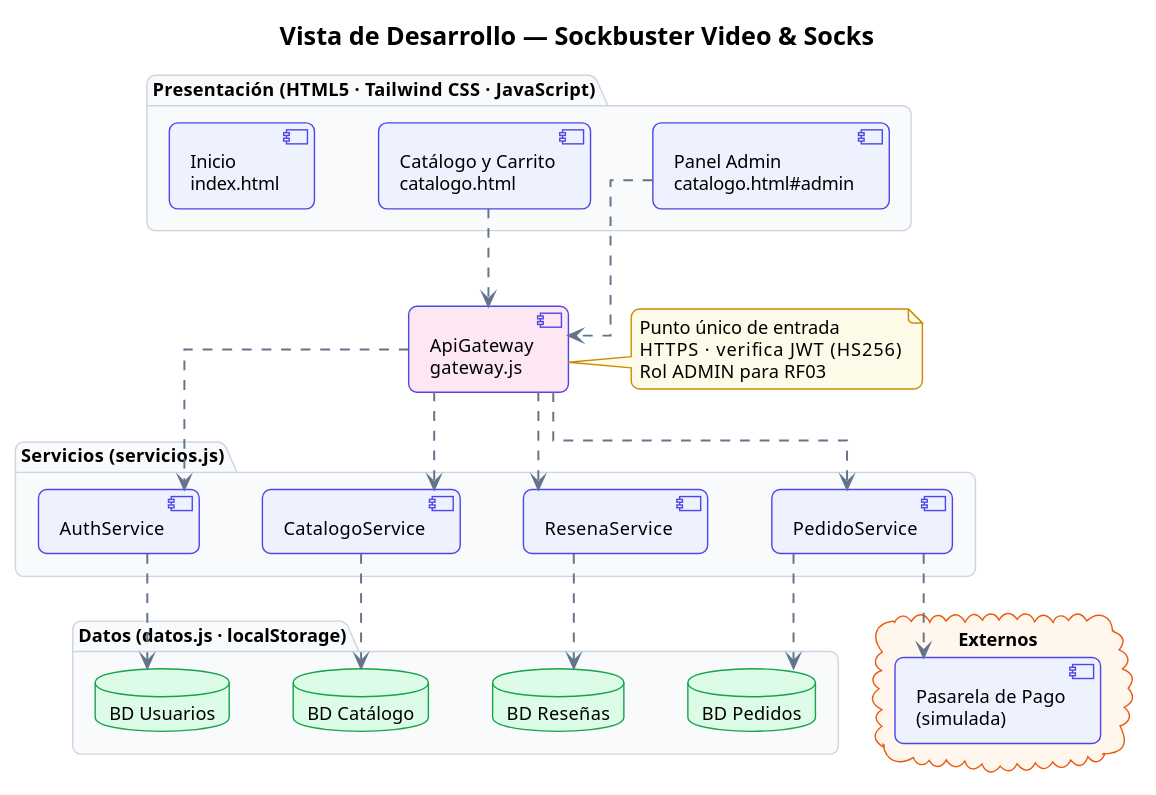
Earlier version of the PlantUML export diagramas/componentes.svg (anthia333/sockbuster). Source of this version:
```plantuml
@startuml
!theme plain
skinparam defaultFontName "Segoe UI"
skinparam defaultFontSize 13
skinparam shadowing false
skinparam roundCorner 12
skinparam linetype ortho
skinparam nodesep 45
skinparam ranksep 70
skinparam ArrowColor #64748B
skinparam ArrowThickness 1.4
skinparam titleFontSize 18
skinparam packageBackgroundColor #F8FAFC
skinparam packageBorderColor #CBD5E1
skinparam componentBackgroundColor #EEF2FF
skinparam componentBorderColor #4F46E5
skinparam databaseBackgroundColor #DCFCE7
skinparam databaseBorderColor #16A34A
skinparam cloudBackgroundColor #FFF7ED
skinparam cloudBorderColor #EA580C
skinparam noteBackgroundColor #FEFCE8
skinparam noteBorderColor #CA8A04

title Vista de Desarrollo — Sockbuster Video & Socks

package "Presentación (HTML5 · Tailwind CSS · JavaScript)" {
  [Inicio\nindex.html] as Inicio
  [Catálogo y Carrito\ncatalogo.html] as Catalogo
  [Panel Admin\ncatalogo.html#admin] as Panel
}

[ApiGateway\ngateway.js] as GW #FCE7F3
note right of GW
  Punto único de entrada
  HTTPS · verifica JWT (HS256)
  Rol ADMIN para RF03
end note

package "Servicios (servicios.js)" {
  [AuthService] as Auth
  [CatalogoService] as Cat
  [ResenaService] as Res
  [PedidoService] as Ped
}

package "Datos (datos.js · localStorage)" {
  database "BD Usuarios" as DBU
  database "BD Catálogo" as DBC
  database "BD Reseñas" as DBR
  database "BD Pedidos" as DBP
}
cloud "Externos" {
  [Pasarela de Pago\n(simulada)] as PG
}

Inicio -[hidden]right- Catalogo
Catalogo -[hidden]right- Panel
Catalogo ..> GW
Panel ..> GW

Auth -[hidden]right- Cat
Cat -[hidden]right- Res
Res -[hidden]right- Ped
DBU -[hidden]right- DBC
DBC -[hidden]right- DBR
DBR -[hidden]right- DBP

GW ..> Auth
GW ..> Cat
GW ..> Res
GW ..> Ped

Auth ..> DBU
Cat ..> DBC
Res ..> DBR
Ped ..> DBP
Ped ..> PG
@enduml
```
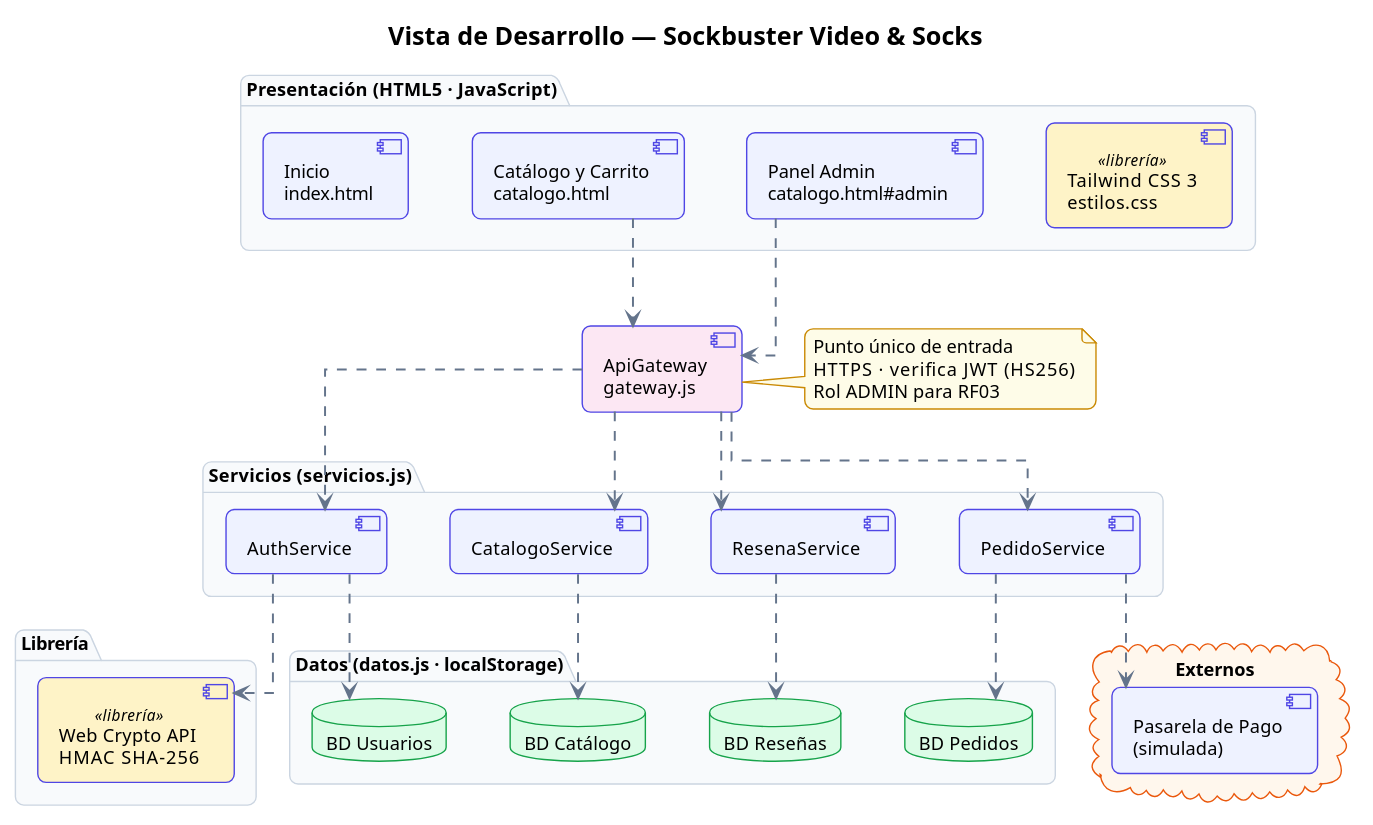
The same file after the commit.

Change to the diagram source:
```diff
@@ -20,13 +20,15 @@
 skinparam cloudBorderColor #EA580C
 skinparam noteBackgroundColor #FEFCE8
 skinparam noteBorderColor #CA8A04
+skinparam componentStereotypeFontSize 11
 
 title Vista de Desarrollo — Sockbuster Video & Socks
 
-package "Presentación (HTML5 · Tailwind CSS · JavaScript)" {
+package "Presentación (HTML5 · JavaScript)" {
   [Inicio\nindex.html] as Inicio
   [Catálogo y Carrito\ncatalogo.html] as Catalogo
   [Panel Admin\ncatalogo.html#admin] as Panel
+  [Tailwind CSS 3\nestilos.css] <<librería>> as TW #FEF3C7
 }
 
 [ApiGateway\ngateway.js] as GW #FCE7F3
@@ -43,6 +45,9 @@
   [PedidoService] as Ped
 }
 
+package "Librería" {
+  [Web Crypto API\nHMAC SHA-256] <<librería>> as WC #FEF3C7
+}
 package "Datos (datos.js · localStorage)" {
   database "BD Usuarios" as DBU
   database "BD Catálogo" as DBC
@@ -55,12 +60,14 @@
 
 Inicio -[hidden]right- Catalogo
 Catalogo -[hidden]right- Panel
+Panel -[hidden]right- TW
 Catalogo ..> GW
 Panel ..> GW
 
 Auth -[hidden]right- Cat
 Cat -[hidden]right- Res
 Res -[hidden]right- Ped
+WC -[hidden]right- DBU
 DBU -[hidden]right- DBC
 DBC -[hidden]right- DBR
 DBR -[hidden]right- DBP
@@ -70,6 +77,7 @@
 GW ..> Res
 GW ..> Ped
 
+Auth ..> WC
 Auth ..> DBU
 Cat ..> DBC
 Res ..> DBR
```
